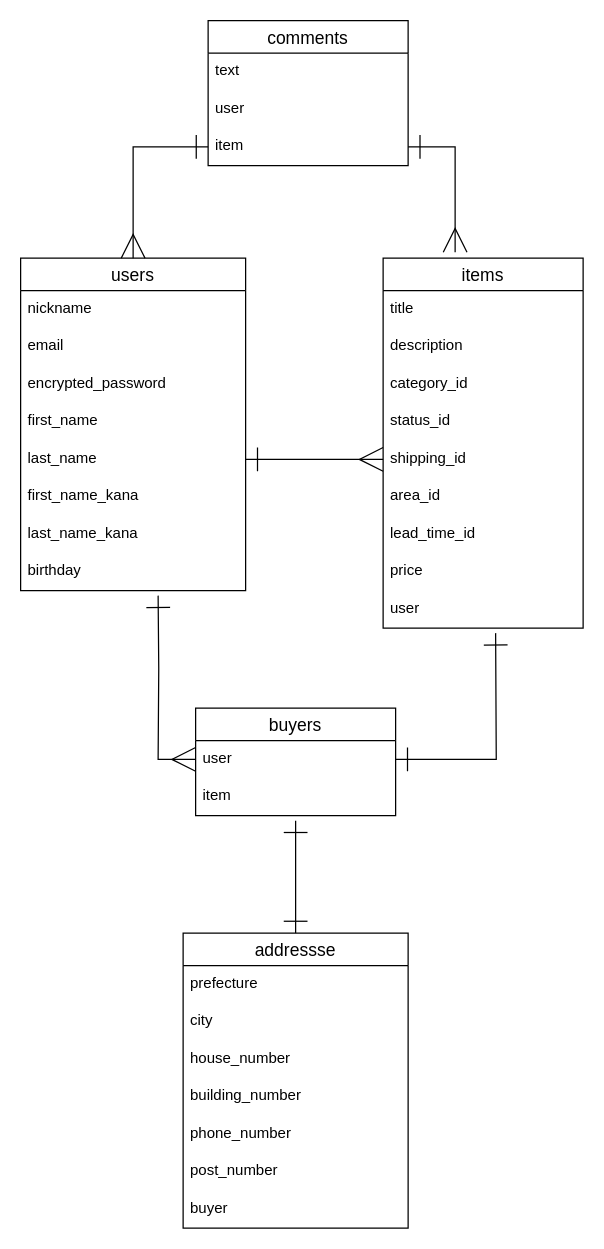
Earlier version of the draw.io diagram furima_ER.dio (KUniyukiOoyama/furima-34314). Source tidied: cells renumbered, new cells numbered last; positions are measured from the earlier drawing's top-left corner, leaving out a move shared by most shapes. Both pictures are drawn from the tidied source at 125%, with x=0, y=0 at pixel (20, 20).
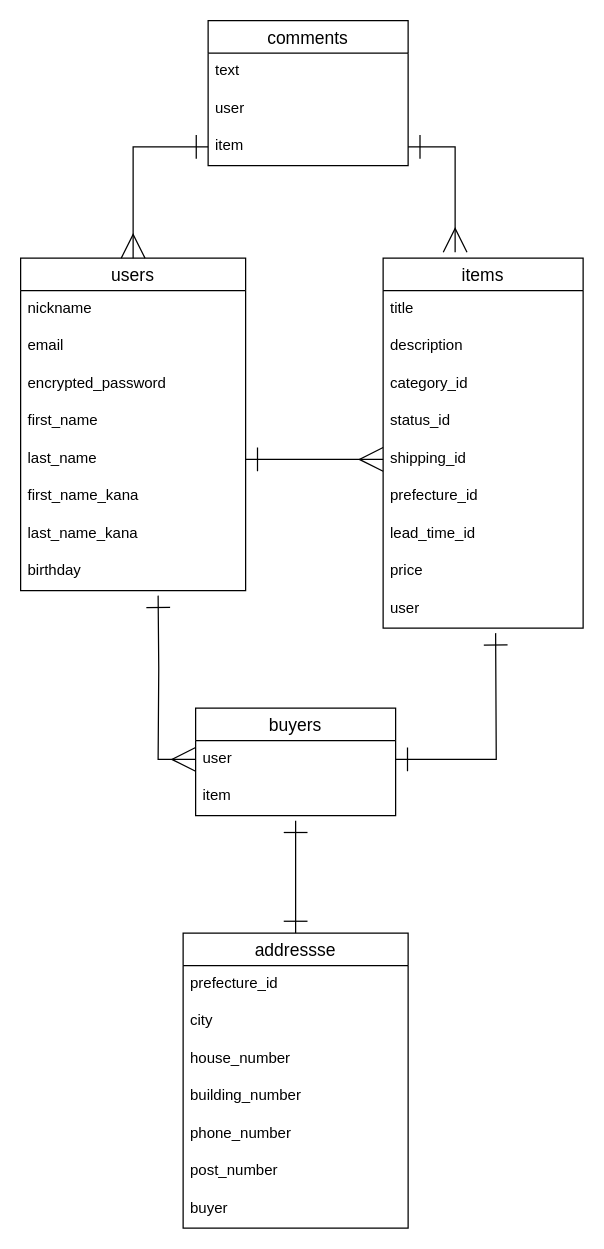
The same page after the edit.

Commit message (it also covers changes not shown here):
データベースの設計・ER図修正（7回目）

Unchanged cells that the change refers to:
```xml
<mxCell id="11" value="items" style="swimlane;fontStyle=0;horizontal=1;startSize=26;align=center;fontSize=14;" parent="1" vertex="1">
  <mxGeometry x="290" y="190" width="160" height="296" as="geometry" />
</mxCell>
<mxCell id="25" value="addressse" style="swimlane;fontStyle=0;horizontal=1;startSize=26;align=center;fontSize=14;" parent="1" vertex="1">
  <mxGeometry x="130" y="730" width="180" height="236" as="geometry" />
</mxCell>
```

What changed in the source:
```diff
@@
-    <mxCell id="17" value="area_id" style="text;strokeColor=none;fillColor=none;spacingLeft=4;spacingRight=4;overflow=hidden;fontSize=12;" parent="11" vertex="1">
+    <mxCell id="17" value="prefecture_id" style="text;strokeColor=none;fillColor=none;spacingLeft=4;spacingRight=4;overflow=hidden;fontSize=12;" parent="11" vertex="1">
       <mxGeometry y="176" width="160" height="30" as="geometry" />
     </mxCell>
@@
-    <mxCell id="26" value="prefecture" style="text;strokeColor=none;fillColor=none;spacingLeft=4;spacingRight=4;overflow=hidden;fontSize=12;" parent="25" vertex="1">
+    <mxCell id="26" value="prefecture_id" style="text;strokeColor=none;fillColor=none;spacingLeft=4;spacingRight=4;overflow=hidden;fontSize=12;" parent="25" vertex="1">
       <mxGeometry y="26" width="180" height="30" as="geometry" />
     </mxCell>
```
